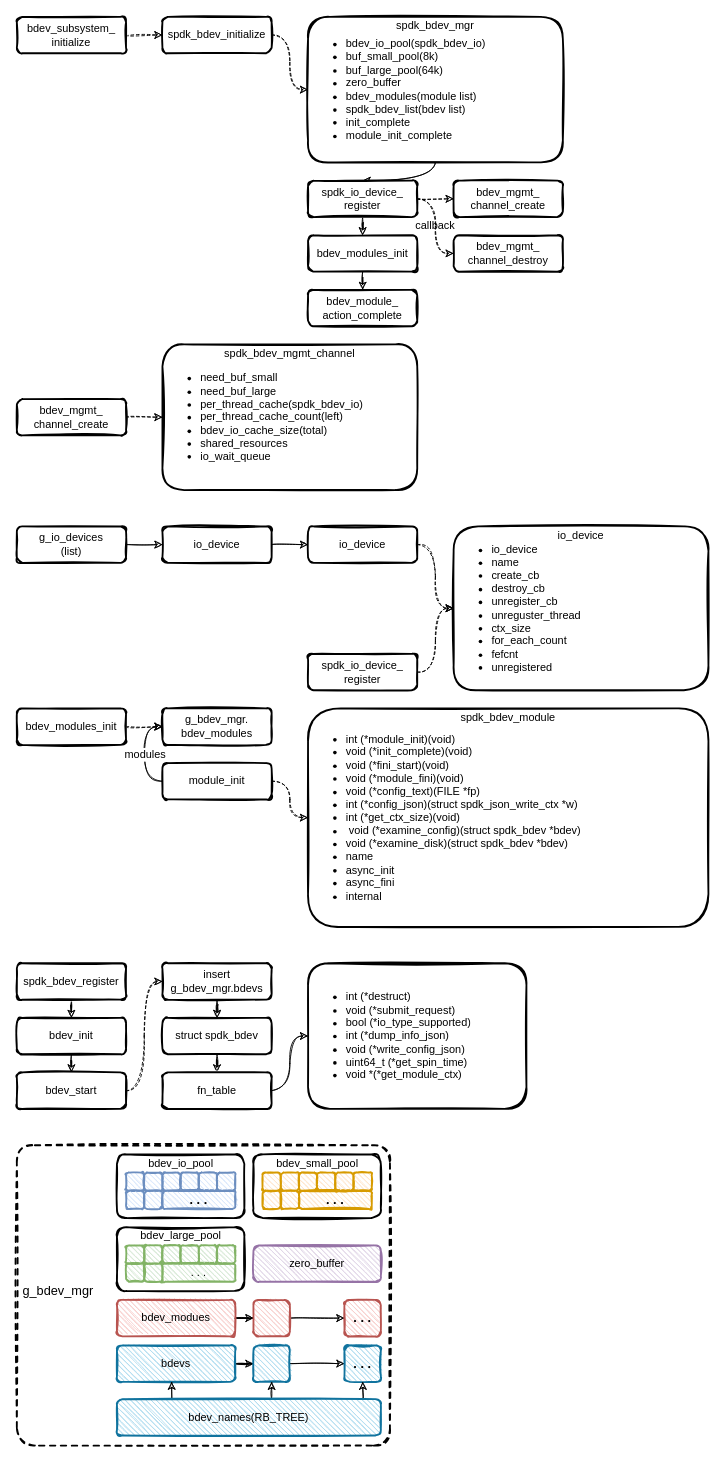
Above: page "spdk_bdev" (1 of 5) of spdk/spdk_bdev.drawio in EarthWind/deeparch (draw.io), before the change. Source tidied: cells renumbered, new cells numbered last; positions are measured from the earlier drawing's top-left corner, leaving out a move shared by most shapes. Both pictures are drawn from the tidied source at 91%, with x=0, y=0 at pixel (16, 16).
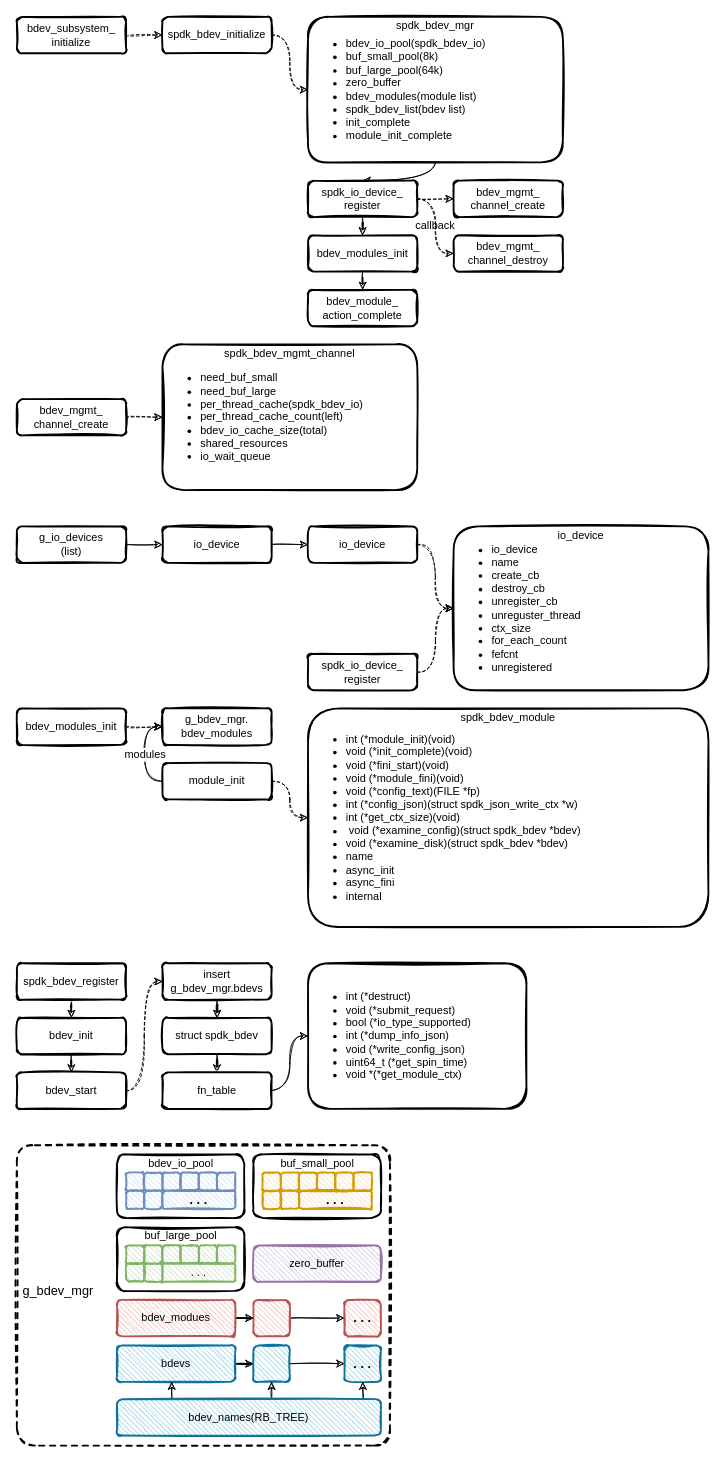
Above is the later version.

The edit, as a diff of the source:
```diff
@@
-    <mxCell id="81" value="bdev_small_pool" style="text;html=1;align=center;verticalAlign=middle;strokeColor=none;fillColor=none;" parent="1" vertex="1">
-      <mxGeometry x="275" y="1250" width="110" height="20" as="geometry" />
+    <mxCell id="81" value="buf_small_pool" style="text;html=1;align=center;verticalAlign=middle;strokeColor=none;fillColor=none;" parent="1" vertex="1">
+      <mxGeometry x="280" y="1250" width="100" height="20" as="geometry" />
     </mxCell>
@@
-    <mxCell id="92" value="bdev_large_pool" style="text;html=1;align=center;verticalAlign=middle;strokeColor=none;fillColor=none;" parent="1" vertex="1">
-      <mxGeometry x="130" y="1330" width="100" height="20" as="geometry" />
+    <mxCell id="92" value="buf_large_pool" style="text;html=1;align=center;verticalAlign=middle;strokeColor=none;fillColor=none;" parent="1" vertex="1">
+      <mxGeometry x="135" y="1330" width="90" height="20" as="geometry" />
     </mxCell>
```
